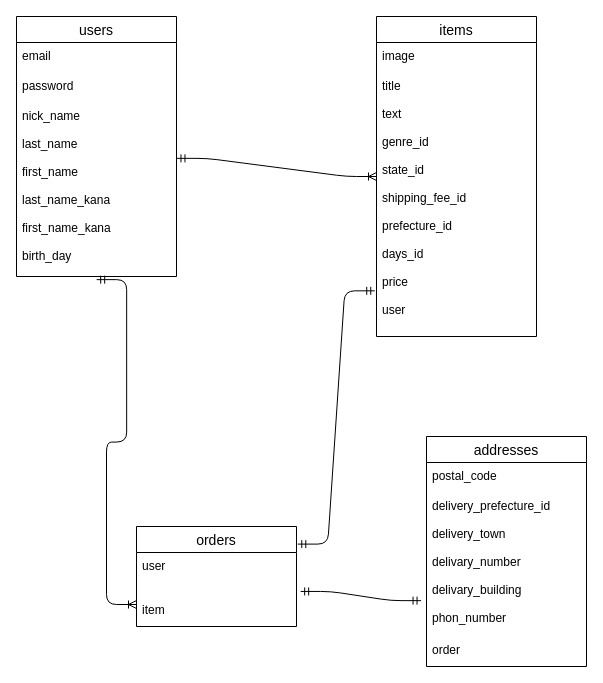
This is ER.dio from wwwyo/furima-31008, a draw.io file, before an edit. Source tidied: cells renumbered, new cells numbered last; positions are measured from the earlier drawing's top-left corner, leaving out a move shared by most shapes. Both pictures are drawn from the tidied source at 100%, with x=0, y=0 at pixel (16, 16).
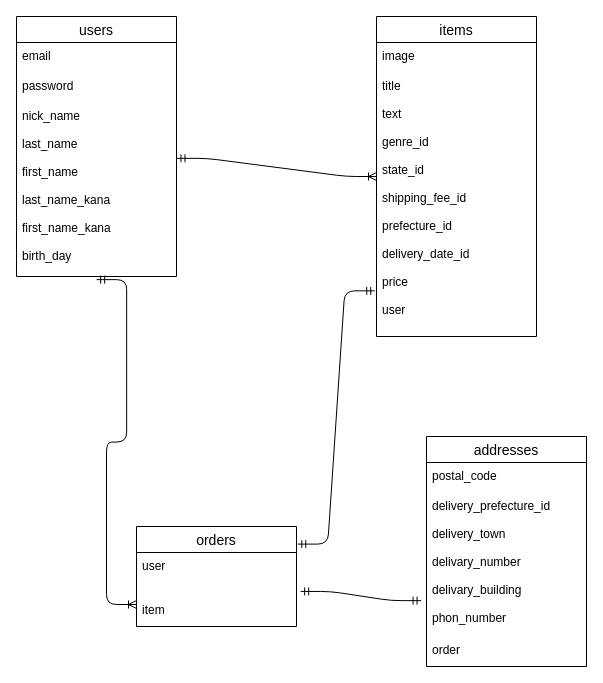
After the change.

Unchanged cells that the change refers to:
```xml
<mxCell id="2" value="items" style="swimlane;fontStyle=0;horizontal=1;startSize=26;align=center;fontSize=14;" parent="1" vertex="1">
  <mxGeometry x="360" width="160" height="320" as="geometry" />
</mxCell>
```

What changed in the source:
```diff
@@
-    <mxCell id="4" value="title&#10;&#10;text&#10;&#10;genre_id&#10;&#10;state_id&#10;&#10;shipping_fee_id&#10;&#10;prefecture_id&#10;&#10;days_id&#10;&#10;price&#10;&#10;user&#10;&#10;&#10;" style="text;strokeColor=none;fillColor=none;spacingLeft=4;spacingRight=4;overflow=hidden;points=[[0,0.5],[1,0.5]];portConstraint=eastwest;fontSize=12;" parent="2" vertex="1">
+    <mxCell id="4" value="title&#10;&#10;text&#10;&#10;genre_id&#10;&#10;state_id&#10;&#10;shipping_fee_id&#10;&#10;prefecture_id&#10;&#10;delivery_date_id&#10;&#10;price&#10;&#10;user&#10;&#10;&#10;" style="text;strokeColor=none;fillColor=none;spacingLeft=4;spacingRight=4;overflow=hidden;points=[[0,0.5],[1,0.5]];portConstraint=eastwest;fontSize=12;" parent="2" vertex="1">
       <mxGeometry y="56" width="160" height="264" as="geometry" />
     </mxCell>
```
